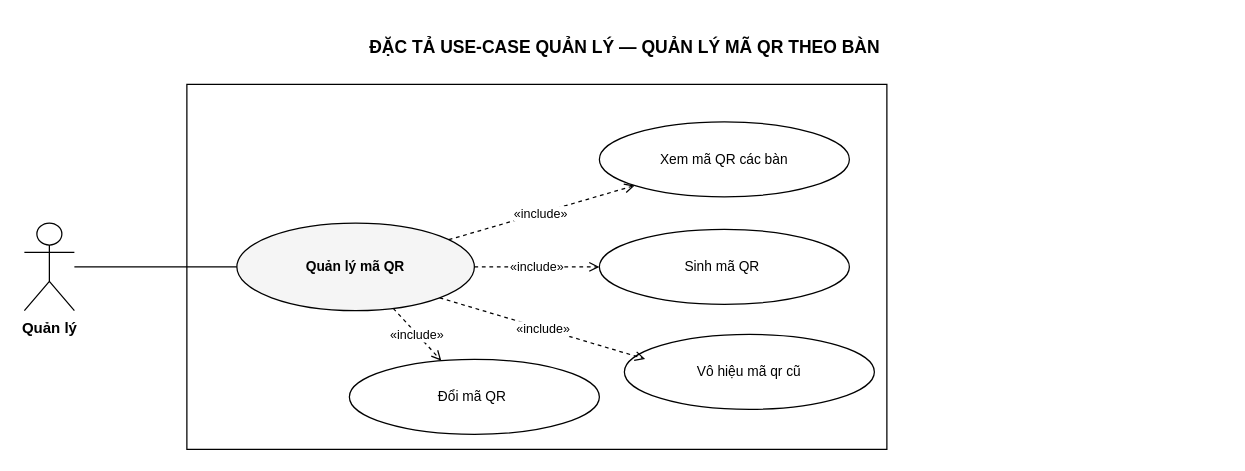
Above: docs/use-cases/uc-quan-ly-28-quan-ly-ma-qr.drawio in thanhhoa3514/restaurant-management (draw.io), before the change. Source tidied: cells renumbered, new cells numbered last; positions are measured from the earlier drawing's top-left corner, leaving out a move shared by most shapes. Both pictures are drawn from the tidied source at 125%, with x=0, y=0 at pixel (24, 21).
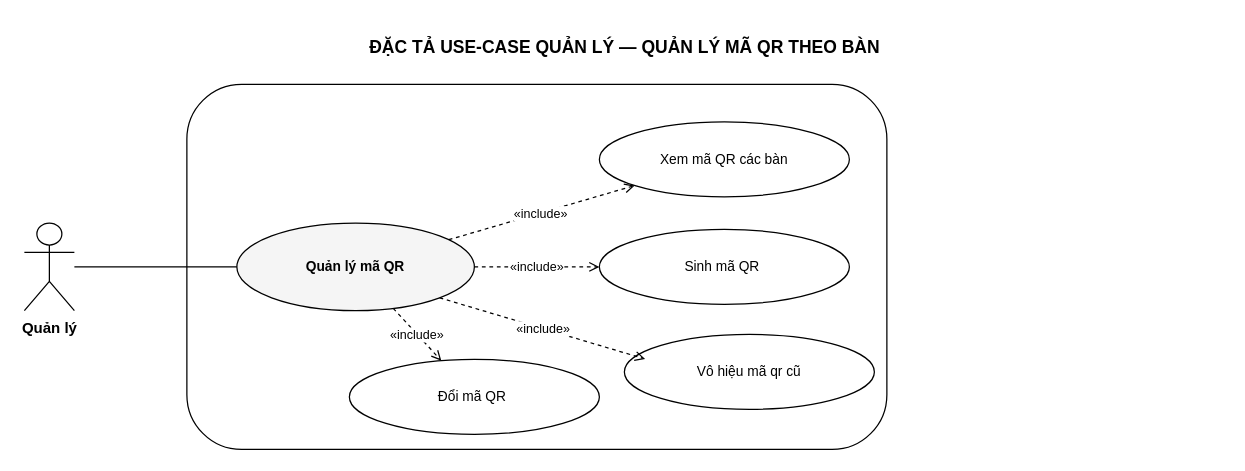
The same diagram, later.

Diff of the diagram source:
```diff
@@
 <mxGraphModel>
   <root>
     <mxCell id="0" />
     <mxCell id="1" parent="0" />
     <mxCell id="2" value="ĐẶC TẢ USE-CASE QUẢN LÝ — QUẢN LÝ MÃ QR THEO BÀN" style="text;html=1;fontSize=14;fontStyle=1;align=center;verticalAlign=middle;" parent="1" vertex="1">
       <mxGeometry width="960" height="40" as="geometry" />
     </mxCell>
-    <mxCell id="3" style="rounded=0;whiteSpace=wrap;html=1;verticalAlign=top;fontSize=11;fontStyle=2;fillColor=none;strokeColor=#000000;" parent="1" vertex="1">
+    <mxCell id="3" style="rounded=1;whiteSpace=wrap;html=1;verticalAlign=top;fontSize=11;fontStyle=2;fillColor=none;strokeColor=#000000;" parent="1" vertex="1">
       <mxGeometry x="130" y="50" width="560" height="292" as="geometry" />
     </mxCell>
     <mxCell id="4" value="Quản lý" style="shape=umlActor;verticalLabelPosition=bottom;verticalAlign=top;html=1;outlineConnect=0;fontSize=12;fontStyle=1;fillColor=#FFFFFF;strokeColor=#000000;" parent="1" vertex="1">
       <mxGeometry y="161" width="40" height="70" as="geometry" />
     </mxCell>
     <mxCell id="5" value="Quản lý mã QR" style="ellipse;whiteSpace=wrap;html=1;fontSize=11;verticalAlign=middle;fillColor=#FFFFFF;strokeColor=#000000;fontStyle=1;fillColor=#F5F5F5;" parent="1" vertex="1">
       <mxGeometry x="170" y="161" width="190" height="70" as="geometry" />
     </mxCell>
     <mxCell id="6" value="Xem mã QR các bàn" style="ellipse;whiteSpace=wrap;html=1;fontSize=11;verticalAlign=middle;fillColor=#FFFFFF;strokeColor=#000000;" parent="1" vertex="1">
       <mxGeometry x="460" y="80" width="200" height="60" as="geometry" />
     </mxCell>
     <mxCell id="7" value="Sinh mã QR&amp;nbsp;" style="ellipse;whiteSpace=wrap;html=1;fontSize=11;verticalAlign=middle;fillColor=#FFFFFF;strokeColor=#000000;" parent="1" vertex="1">
       <mxGeometry x="460" y="166" width="200" height="60" as="geometry" />
     </mxCell>
     <mxCell id="8" value="Đổi mã QR&amp;nbsp;" style="ellipse;whiteSpace=wrap;html=1;fontSize=11;verticalAlign=middle;fillColor=#FFFFFF;strokeColor=#000000;" parent="1" vertex="1">
       <mxGeometry x="260" y="270" width="200" height="60" as="geometry" />
     </mxCell>
     <mxCell id="9" style="edgeStyle=none;html=1;fontSize=10;endArrow=none;strokeColor=#000000;" parent="1" edge="1" source="4" target="5">
       <mxGeometry relative="1" as="geometry" />
     </mxCell>
     <mxCell id="10" value="«include»" style="edgeStyle=none;html=1;fontSize=10;endArrow=open;endFill=0;dashed=1;strokeColor=#000000;" parent="1" edge="1" source="5" target="6">
       <mxGeometry relative="1" as="geometry" />
     </mxCell>
     <mxCell id="11" value="«include»" style="edgeStyle=none;html=1;fontSize=10;endArrow=open;endFill=0;dashed=1;strokeColor=#000000;" parent="1" edge="1" source="5" target="7">
       <mxGeometry relative="1" as="geometry" />
     </mxCell>
     <mxCell id="12" value="«include»" style="edgeStyle=none;html=1;fontSize=10;endArrow=open;endFill=0;dashed=1;strokeColor=#000000;" parent="1" edge="1" source="5" target="8">
       <mxGeometry relative="1" as="geometry" />
     </mxCell>
     <mxCell id="13" value="Vô hiệu mã qr cũ" style="ellipse;whiteSpace=wrap;html=1;fontSize=11;verticalAlign=middle;fillColor=#FFFFFF;strokeColor=#000000;" parent="1" vertex="1">
       <mxGeometry x="480" y="250" width="200" height="60" as="geometry" />
     </mxCell>
     <mxCell id="14" value="«include»" style="edgeStyle=none;html=1;fontSize=10;endArrow=open;endFill=0;dashed=1;strokeColor=#000000;entryX=0.083;entryY=0.328;entryDx=0;entryDy=0;entryPerimeter=0;exitX=1;exitY=1;exitDx=0;exitDy=0;" parent="1" edge="1" source="5" target="13">
       <mxGeometry relative="1" as="geometry" />
     </mxCell>
   </root>
 </mxGraphModel>
```
